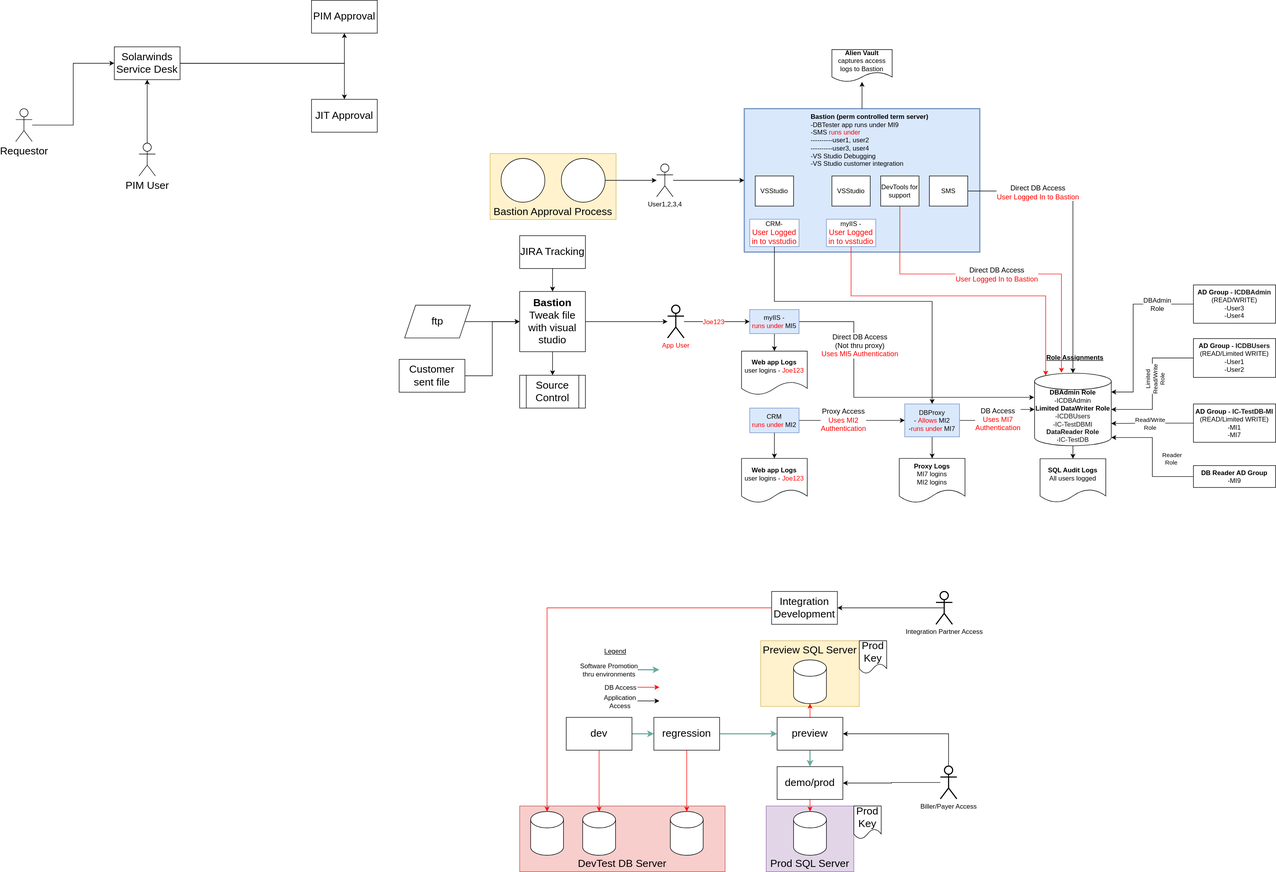
vjavle/invoicecloud keeps this draw.io diagram as SOXMIFlowAndEnvironments.svg. Above is the earlier version. Source tidied: cells renumbered, new cells last; positions are measured from the earlier drawing's top-left corner, leaving out a move shared by most shapes.
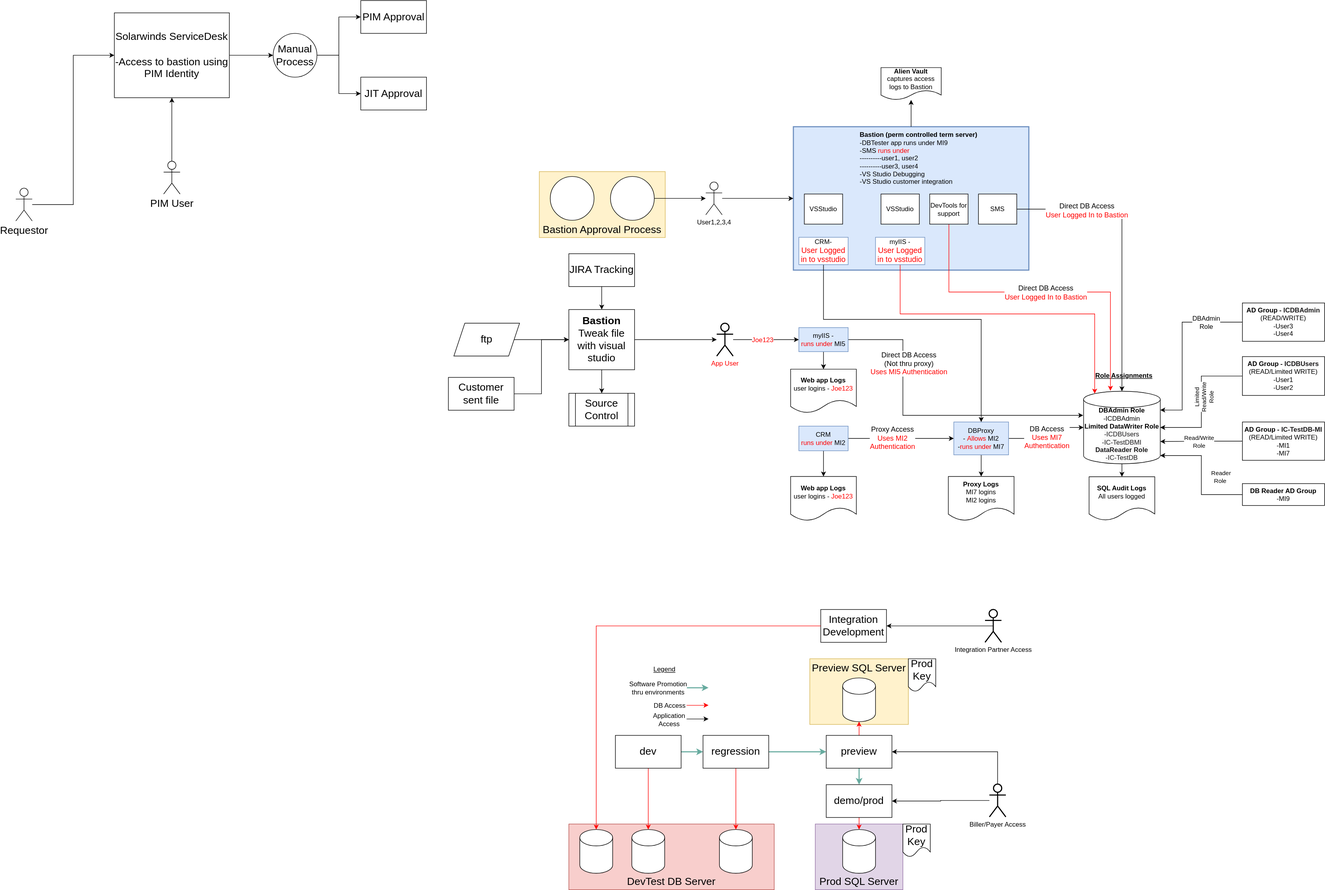
Above is the later version.

What changed in the source:
```diff
@@ -367,28 +367,34 @@
       <mxGeometry relative="1" as="geometry" />
     </mxCell>
     <mxCell id="104" value="Requestor" style="shape=umlActor;verticalLabelPosition=bottom;verticalAlign=top;html=1;outlineConnect=0;fontSize=19;" parent="1" vertex="1">
-      <mxGeometry y="198" width="30" height="60" as="geometry" />
+      <mxGeometry x="-90" y="310.2" width="30" height="60" as="geometry" />
     </mxCell>
-    <mxCell id="105" style="edgeStyle=orthogonalEdgeStyle;rounded=0;jettySize=auto;html=1;fontSize=19;" parent="1" edge="1" source="107" target="108">
-      <mxGeometry relative="1" as="geometry" />
-    </mxCell>
-    <mxCell id="106" style="edgeStyle=orthogonalEdgeStyle;rounded=0;jettySize=auto;html=1;fontSize=19;" parent="1" edge="1" source="107" target="109">
-      <mxGeometry relative="1" as="geometry" />
-    </mxCell>
+    <mxCell id="112" style="edgeStyle=orthogonalEdgeStyle;rounded=0;jettySize=auto;html=1;fontSize=19;" parent="1" edge="1" source="107" target="115">
+      <mxGeometry relative="1" as="geometry" />
+    </mxCell>
-    <mxCell id="107" value="Solarwinds Service Desk" style="rounded=0;whiteSpace=wrap;html=1;fontSize=19;" parent="1" vertex="1">
-      <mxGeometry x="180" y="85" width="120" height="60" as="geometry" />
+    <mxCell id="107" value="Solarwinds ServiceDesk&lt;br&gt;&lt;br&gt;-Access to bastion using PIM Identity" style="rounded=0;whiteSpace=wrap;html=1;fontSize=19;" parent="1" vertex="1">
+      <mxGeometry x="90" y="-10" width="210" height="155" as="geometry" />
     </mxCell>
     <mxCell id="108" value="PIM Approval" style="rounded=0;whiteSpace=wrap;html=1;fontSize=19;" parent="1" vertex="1">
-      <mxGeometry x="540" width="120" height="60" as="geometry" />
+      <mxGeometry x="540" y="-32.5" width="120" height="60" as="geometry" />
     </mxCell>
     <mxCell id="109" value="JIT Approval" style="rounded=0;whiteSpace=wrap;html=1;fontSize=19;" parent="1" vertex="1">
-      <mxGeometry x="540" y="181" width="120" height="60" as="geometry" />
+      <mxGeometry x="540" y="107.5" width="120" height="60" as="geometry" />
     </mxCell>
     <mxCell id="110" style="edgeStyle=orthogonalEdgeStyle;rounded=0;jettySize=auto;html=1;fontSize=19;" parent="1" edge="1" source="111" target="107">
       <mxGeometry relative="1" as="geometry" />
     </mxCell>
     <mxCell id="111" value="PIM User" style="shape=umlActor;verticalLabelPosition=bottom;verticalAlign=top;html=1;outlineConnect=0;fontSize=19;" parent="1" vertex="1">
-      <mxGeometry x="225" y="261" width="30" height="60" as="geometry" />
+      <mxGeometry x="180" y="261" width="30" height="60" as="geometry" />
     </mxCell>
+    <mxCell id="113" style="edgeStyle=orthogonalEdgeStyle;rounded=0;jettySize=auto;html=1;fontSize=19;" parent="1" edge="1" source="115" target="108">
+      <mxGeometry relative="1" as="geometry" />
+    </mxCell>
+    <mxCell id="114" style="edgeStyle=orthogonalEdgeStyle;rounded=0;jettySize=auto;html=1;fontSize=19;" parent="1" edge="1" source="115" target="109">
+      <mxGeometry relative="1" as="geometry" />
+    </mxCell>
+    <mxCell id="115" value="Manual Process" style="ellipse;whiteSpace=wrap;html=1;fontSize=19;" parent="1" vertex="1">
+      <mxGeometry x="380" y="27.5" width="80" height="80" as="geometry" />
+    </mxCell>
   </root>
 </mxGraphModel>
```
